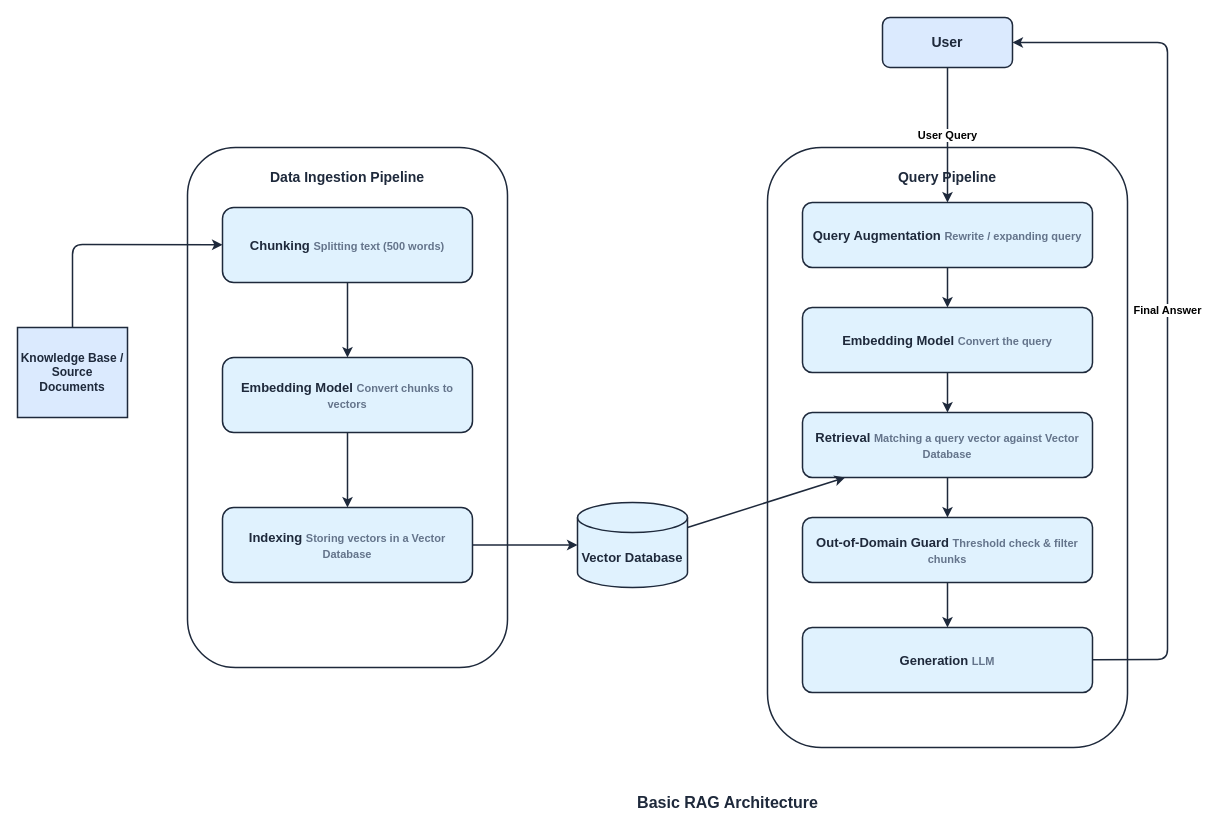
Before: page "3. Minimalist RAG Pipeline" (3 of 4) of docs/SYSTEM_ARCHITECTURE_DESIGN.drawio in Baronger23/ERP.SmartHelpDesk, a draw.io diagram. Source tidied: cells renumbered, new cells numbered last; positions are measured from the earlier drawing's top-left corner, leaving out a move shared by most shapes. Both pictures are drawn from the tidied source at 100%, with x=0, y=0 at pixel (17, 17).
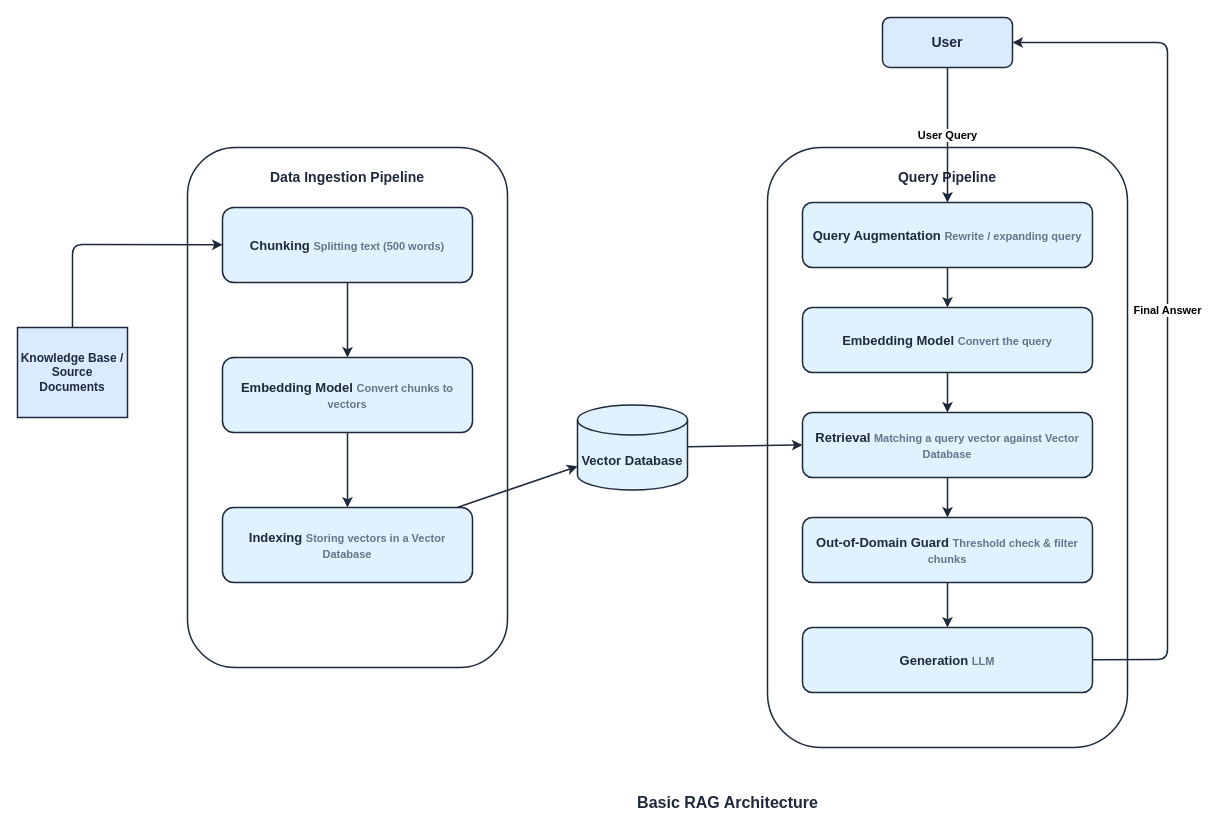
Above is the later version.

The change refers to these unchanged cells:
```xml
<mxCell id="12" value="Retrieval &lt;font color='#64748B' style='font-size:11px;'&gt;Matching a query vector against Vector Database&lt;/font&gt;" style="rounded=1;whiteSpace=wrap;html=1;fillColor=#E0F2FE;strokeColor=#1E293B;strokeWidth=1.5;fontSize=13;fontStyle=1;align=center;fontColor=#1E293B;" parent="1" vertex="1">
  <mxGeometry x="785" y="395" width="290" height="65" as="geometry" />
</mxCell>
```

Change to the diagram source:
```diff
@@
     <mxCell id="7" value="Vector Database" style="shape=cylinder3;whiteSpace=wrap;html=1;boundedLbl=1;backgroundOutline=1;size=15;fillColor=#E0F2FE;strokeColor=#1E293B;strokeWidth=1.5;fontStyle=1;fontSize=13;align=center;fontColor=#1E293B;" parent="1" vertex="1">
-      <mxGeometry x="560" y="485" width="110" height="85" as="geometry" />
+      <mxGeometry x="560" y="387.5" width="110" height="85" as="geometry" />
     </mxCell>
@@
-    <mxCell id="23" style="endArrow=classic;html=1;strokeColor=#1E293B;strokeWidth=1.5;" parent="1" edge="1" source="7" target="12">
+    <mxCell id="23" style="endArrow=classic;html=1;strokeColor=#1E293B;strokeWidth=1.5;entryX=0;entryY=0.5;entryDx=0;entryDy=0;" parent="1" edge="1" source="7" target="12">
       <mxGeometry relative="1" as="geometry" />
     </mxCell>
```
